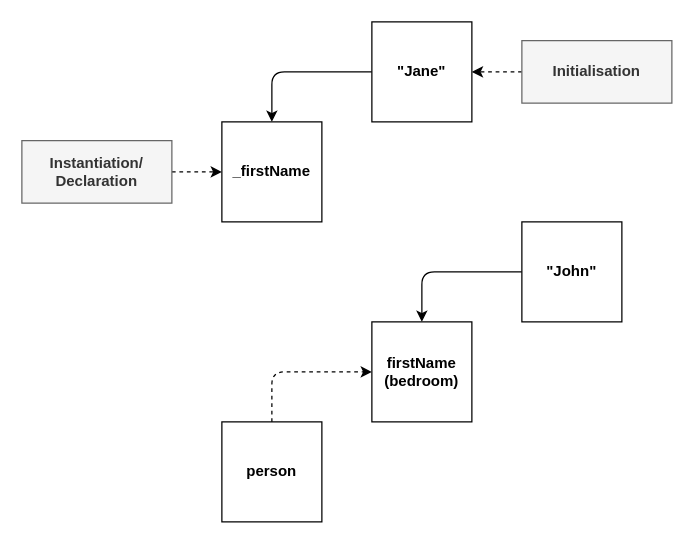
The draw.io diagram docs/assets/variables.drawio in bac-dam-1991/quiz-app, before the edit. Source tidied: cells renumbered, new cells numbered last; positions are measured from the earlier drawing's top-left corner, leaving out a move shared by most shapes. Both pictures are drawn from the tidied source at 125%, with x=0, y=0 at pixel (21, 21).
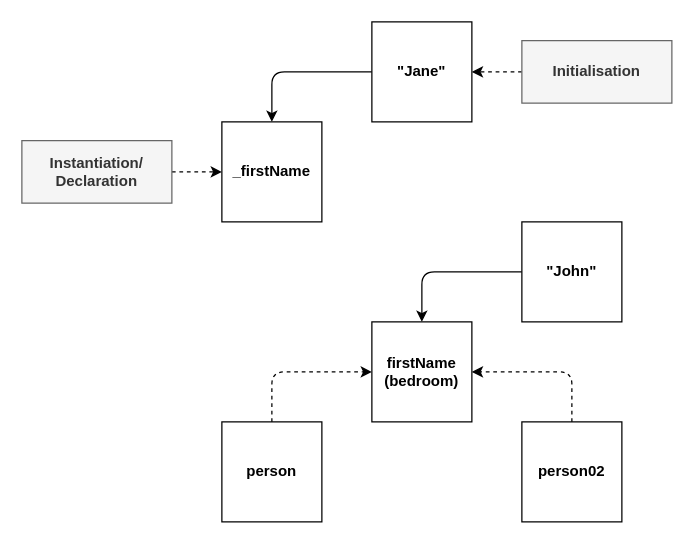
The same page after the edit.

What changed in the source:
```diff
@@
 <mxGraphModel>
   <root>
     <mxCell id="0" />
     <mxCell id="1" parent="0" />
     <mxCell id="2" value="_firstName" style="whiteSpace=wrap;html=1;fontStyle=1;" parent="1" vertex="1">
       <mxGeometry x="160" y="80" width="80" height="80" as="geometry" />
     </mxCell>
     <mxCell id="3" style="edgeStyle=none;html=1;dashed=1;" parent="1" edge="1" source="4" target="2">
       <mxGeometry relative="1" as="geometry" />
     </mxCell>
     <mxCell id="4" value="Instantiation/&lt;br&gt;Declaration" style="whiteSpace=wrap;html=1;fontStyle=1;fillColor=#f5f5f5;fontColor=#333333;strokeColor=#666666;" parent="1" vertex="1">
       <mxGeometry y="95" width="120" height="50" as="geometry" />
     </mxCell>
     <mxCell id="5" style="edgeStyle=orthogonalEdgeStyle;html=1;entryX=1;entryY=0.5;entryDx=0;entryDy=0;dashed=1;" parent="1" edge="1" source="6" target="8">
       <mxGeometry relative="1" as="geometry" />
     </mxCell>
     <mxCell id="6" value="Initialisation" style="whiteSpace=wrap;html=1;fontStyle=1;fillColor=#f5f5f5;fontColor=#333333;strokeColor=#666666;" parent="1" vertex="1">
       <mxGeometry x="400" y="15" width="120" height="50" as="geometry" />
     </mxCell>
     <mxCell id="7" style="edgeStyle=orthogonalEdgeStyle;html=1;entryX=0.5;entryY=0;entryDx=0;entryDy=0;exitX=0;exitY=0.5;exitDx=0;exitDy=0;" parent="1" edge="1" source="8" target="2">
       <mxGeometry relative="1" as="geometry" />
     </mxCell>
     <mxCell id="8" value="&quot;Jane&quot;" style="whiteSpace=wrap;html=1;fontStyle=1;" parent="1" vertex="1">
       <mxGeometry x="280" width="80" height="80" as="geometry" />
     </mxCell>
     <mxCell id="9" style="edgeStyle=orthogonalEdgeStyle;html=1;entryX=0;entryY=0.5;entryDx=0;entryDy=0;startArrow=none;startFill=0;endArrow=classic;endFill=1;exitX=0.5;exitY=0;exitDx=0;exitDy=0;dashed=1;" parent="1" edge="1" source="10" target="11">
       <mxGeometry relative="1" as="geometry" />
     </mxCell>
     <mxCell id="10" value="person" style="whiteSpace=wrap;html=1;fontStyle=1;" parent="1" vertex="1">
       <mxGeometry x="160" y="320" width="80" height="80" as="geometry" />
     </mxCell>
     <mxCell id="11" value="firstName&lt;br&gt;(bedroom)" style="whiteSpace=wrap;html=1;fontStyle=1;" parent="1" vertex="1">
       <mxGeometry x="280" y="240" width="80" height="80" as="geometry" />
     </mxCell>
     <mxCell id="12" style="edgeStyle=orthogonalEdgeStyle;html=1;entryX=0.5;entryY=0;entryDx=0;entryDy=0;startArrow=none;startFill=0;endArrow=classic;endFill=1;" parent="1" edge="1" source="13" target="11">
       <mxGeometry relative="1" as="geometry" />
     </mxCell>
     <mxCell id="13" value="&quot;John&quot;" style="whiteSpace=wrap;html=1;fontStyle=1;" parent="1" vertex="1">
       <mxGeometry x="400" y="160" width="80" height="80" as="geometry" />
     </mxCell>
+    <mxCell id="14" style="edgeStyle=orthogonalEdgeStyle;html=1;entryX=1;entryY=0.5;entryDx=0;entryDy=0;dashed=1;exitX=0.5;exitY=0;exitDx=0;exitDy=0;" parent="1" edge="1" source="15" target="11">
+      <mxGeometry relative="1" as="geometry" />
+    </mxCell>
+    <mxCell id="15" value="person02" style="whiteSpace=wrap;html=1;fontStyle=1;" parent="1" vertex="1">
+      <mxGeometry x="400" y="320" width="80" height="80" as="geometry" />
+    </mxCell>
   </root>
 </mxGraphModel>
```
